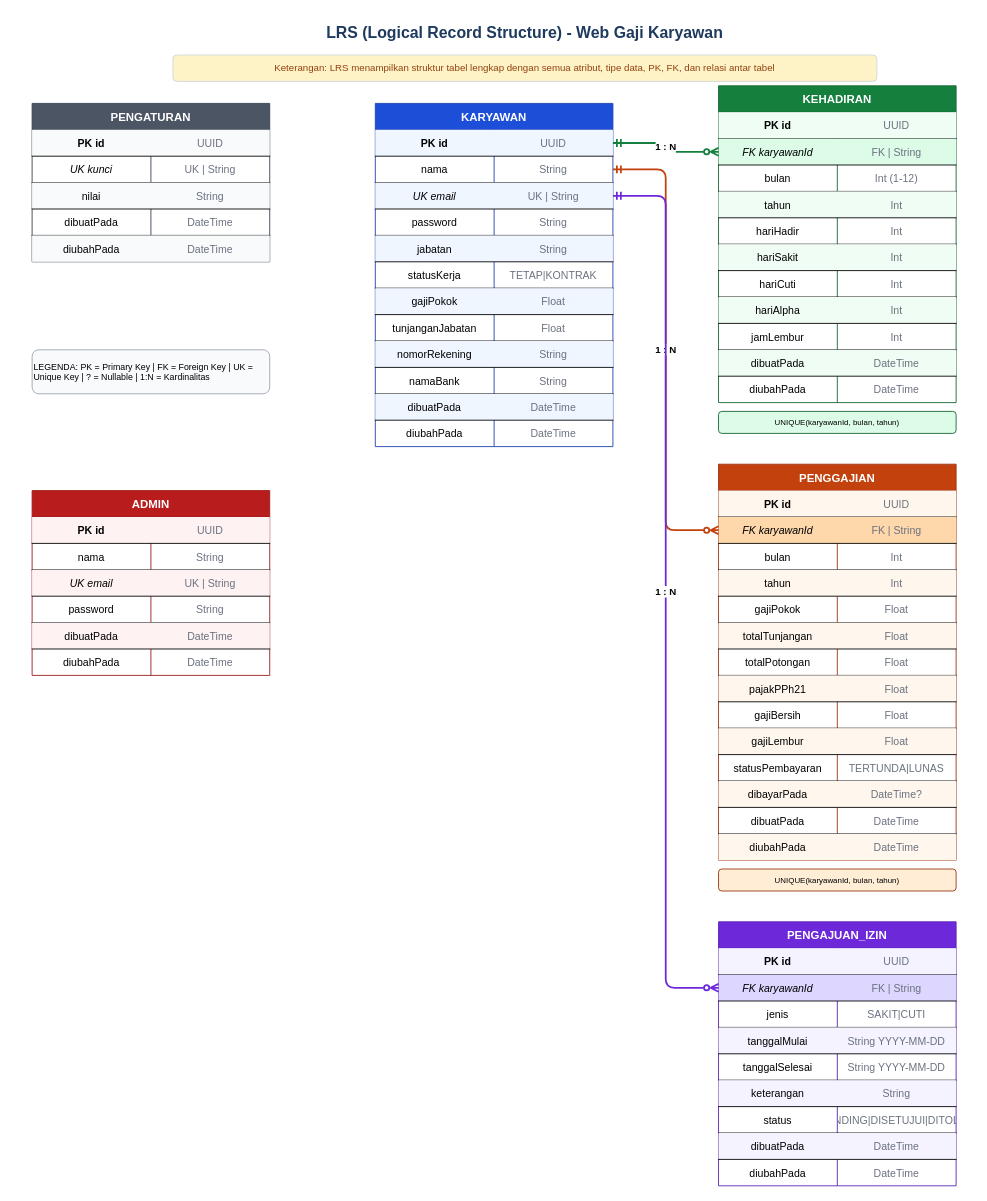
Earlier version of the draw.io diagram docs/diagrams/LRS_Web_Gaji_Karyawan.drawio (Napppz/Web-Gaji-Karyawan). Source tidied: cells renumbered, new cells numbered last; positions are measured from the earlier drawing's top-left corner, leaving out a move shared by most shapes. Both pictures are drawn from the tidied source at 88%, with x=0, y=0 at pixel (32, 15).
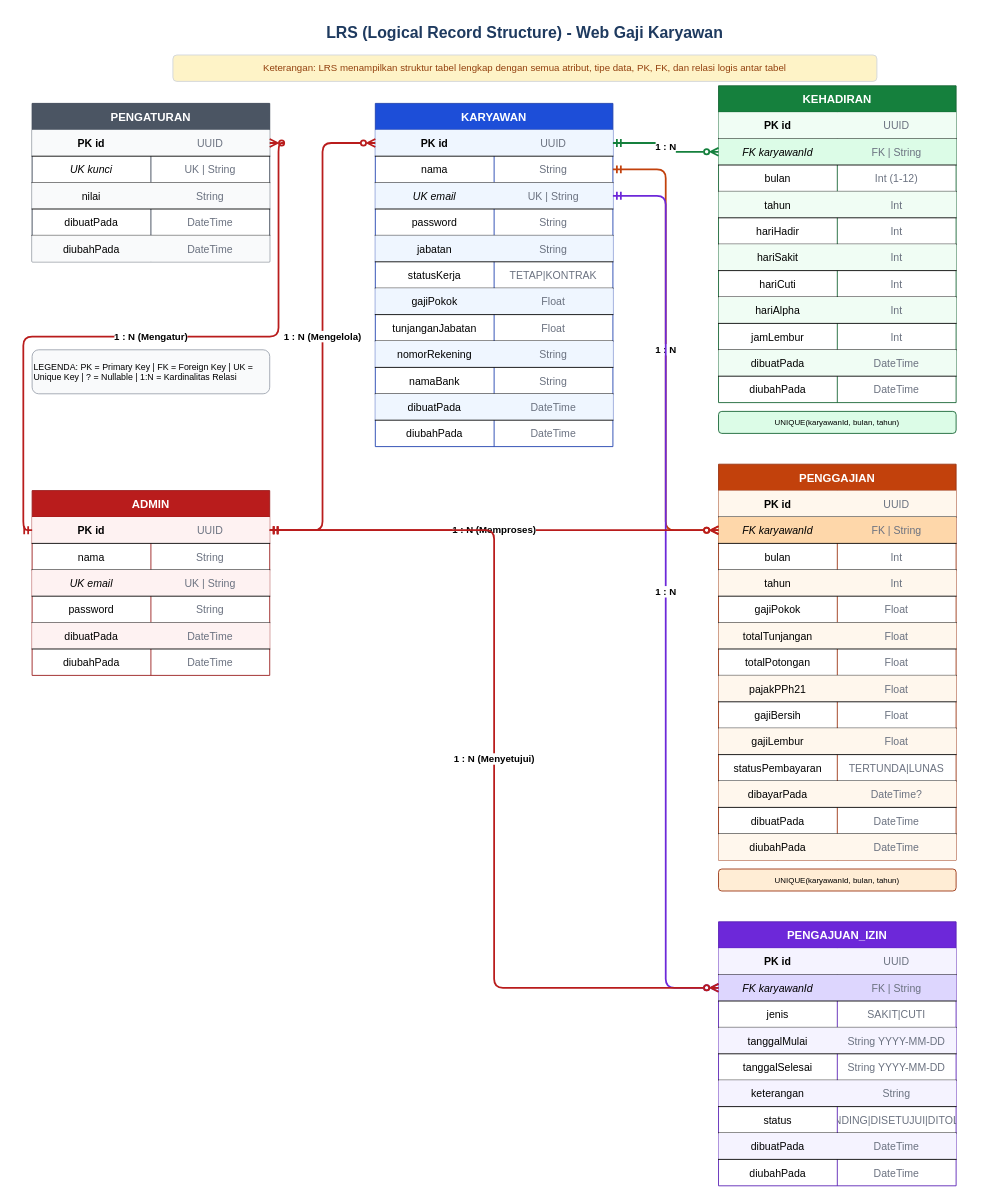
The same page after the edit.

Commit message (it also covers changes not shown here):
feat: initialize database schema, seed data, and architectural documentation for payroll system

The change refers to these unchanged cells:
```xml
<mxCell id="5" style="shape=tableRow;horizontal=0;startSize=0;swimlaneHead=0;swimlaneBody=0;fillColor=#eff6ff;points=[[0,0.5],[1,0.5]];portConstraint=eastwest;fontSize=11;top=0;left=0;right=0;bottom=1;" parent="4" vertex="1">
  <mxGeometry y="30" width="270" height="30" as="geometry" />
</mxCell>
<mxCell id="80" style="shape=tableRow;horizontal=0;startSize=0;swimlaneHead=0;swimlaneBody=0;fillColor=#fed7aa;points=[[0,0.5],[1,0.5]];portConstraint=eastwest;fontSize=11;top=0;left=0;right=0;bottom=1;" parent="76" vertex="1">
  <mxGeometry y="60" width="270" height="30" as="geometry" />
</mxCell>
<mxCell id="124" style="shape=tableRow;horizontal=0;startSize=0;swimlaneHead=0;swimlaneBody=0;fillColor=#ddd6fe;points=[[0,0.5],[1,0.5]];portConstraint=eastwest;fontSize=11;top=0;left=0;right=0;bottom=1;" parent="120" vertex="1">
  <mxGeometry y="60" width="270" height="30" as="geometry" />
</mxCell>
<mxCell id="149" style="shape=tableRow;horizontal=0;startSize=0;swimlaneHead=0;swimlaneBody=0;fillColor=#f9fafb;points=[[0,0.5],[1,0.5]];portConstraint=eastwest;fontSize=11;top=0;left=0;right=0;bottom=1;" parent="148" vertex="1">
  <mxGeometry y="30" width="270" height="30" as="geometry" />
</mxCell>
<mxCell id="165" style="shape=tableRow;horizontal=0;startSize=0;swimlaneHead=0;swimlaneBody=0;fillColor=#fef2f2;points=[[0,0.5],[1,0.5]];portConstraint=eastwest;fontSize=11;top=0;left=0;right=0;bottom=1;" parent="164" vertex="1">
  <mxGeometry y="30" width="270" height="30" as="geometry" />
</mxCell>
```

What changed in the source:
```diff
@@
-    <mxCell id="3" value="Keterangan: LRS menampilkan struktur tabel lengkap dengan semua atribut, tipe data, PK, FK, dan relasi antar tabel" style="text;html=1;strokeColor=#d1d5db;fillColor=#fef3c7;align=center;verticalAlign=middle;whiteSpace=wrap;rounded=1;fontSize=11;fontColor=#92400e;" parent="1" vertex="1">
+    <mxCell id="3" value="Keterangan: LRS menampilkan struktur tabel lengkap dengan semua atribut, tipe data, PK, FK, dan relasi logis antar tabel" style="text;html=1;strokeColor=#d1d5db;fillColor=#fef3c7;align=center;verticalAlign=middle;whiteSpace=wrap;rounded=1;fontSize=11;fontColor=#92400e;" parent="1" vertex="1">
       <mxGeometry x="160" y="45" width="800" height="30" as="geometry" />
     </mxCell>
@@
+    <mxCell id="187" value="1 : N (Mengelola)" style="edgeStyle=orthogonalEdgeStyle;html=1;strokeColor=#b91c1c;strokeWidth=2;endArrow=ERzeroToMany;startArrow=ERmandOne;startFill=0;endFill=0;fontStyle=1;fontSize=11;" parent="1" edge="1" source="165" target="5">
+      <mxGeometry relative="1" as="geometry" />
+    </mxCell>
+    <mxCell id="188" value="1 : N (Mengatur)" style="edgeStyle=orthogonalEdgeStyle;html=1;strokeColor=#b91c1c;strokeWidth=2;endArrow=ERzeroToMany;startArrow=ERmandOne;startFill=0;endFill=0;fontStyle=1;fontSize=11;" parent="1" edge="1" source="165" target="149">
+      <mxGeometry relative="1" as="geometry" />
+    </mxCell>
+    <mxCell id="189" value="1 : N (Memproses)" style="edgeStyle=orthogonalEdgeStyle;html=1;strokeColor=#b91c1c;strokeWidth=2;endArrow=ERzeroToMany;startArrow=ERmandOne;startFill=0;endFill=0;fontStyle=1;fontSize=11;" parent="1" edge="1" source="165" target="80">
+      <mxGeometry relative="1" as="geometry" />
+    </mxCell>
+    <mxCell id="190" value="1 : N (Menyetujui)" style="edgeStyle=orthogonalEdgeStyle;html=1;strokeColor=#b91c1c;strokeWidth=2;endArrow=ERzeroToMany;startArrow=ERmandOne;startFill=0;endFill=0;fontStyle=1;fontSize=11;" parent="1" edge="1" source="165" target="124">
+      <mxGeometry relative="1" as="geometry" />
+    </mxCell>
-    <mxCell id="186" value="LEGENDA: PK = Primary Key | FK = Foreign Key | UK = Unique Key | ? = Nullable | 1:N = Kardinalitas" style="text;html=1;strokeColor=#9ca3af;fillColor=#f9fafb;align=left;verticalAlign=middle;whiteSpace=wrap;rounded=1;fontSize=10;" parent="1" vertex="1">
+    <mxCell id="186" value="LEGENDA: PK = Primary Key | FK = Foreign Key | UK = Unique Key | ? = Nullable | 1:N = Kardinalitas Relasi" style="text;html=1;strokeColor=#9ca3af;fillColor=#f9fafb;align=left;verticalAlign=middle;whiteSpace=wrap;rounded=1;fontSize=10;" parent="1" vertex="1">
       <mxGeometry y="380" width="270" height="50" as="geometry" />
     </mxCell>
```
